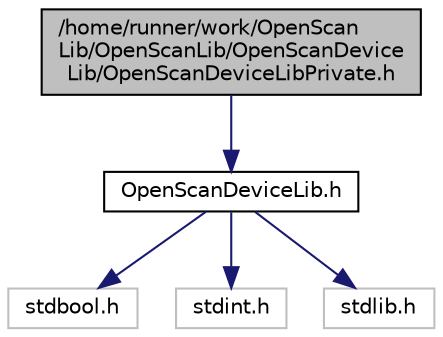
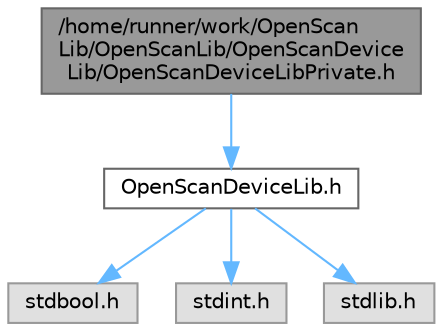
digraph "/home/runner/work/OpenScanLib/OpenScanLib/OpenScanDeviceLib/OpenScanDeviceLibPrivate.h"
{
 // LATEX_PDF_SIZE
-   edge [fontname="Helvetica",fontsize="10",labelfontname="Helvetica",labelfontsize="10"];
-   node [fontname="Helvetica",fontsize="10",shape=record];
-   Node1 [label="/home/runner/work/OpenScan\lLib/OpenScanLib/OpenScanDevice\lLib/OpenScanDeviceLibPrivate.h",height=0.2,width=0.4,color="black", fillcolor="grey75", style="filled", fontcolor="black",tooltip="Internal definitions for OpenScanDeviceLib."];
-   Node1 -> Node2 [color="midnightblue",fontsize="10",style="solid",fontname="Helvetica"];
-   Node2 [label="OpenScanDeviceLib.h",height=0.2,width=0.4,color="black", fillcolor="white", style="filled",URL="$OpenScanDeviceLib_8h.html",tooltip="Public header for OpenScanDeviceLib."];
-   Node2 -> Node3 [color="midnightblue",fontsize="10",style="solid",fontname="Helvetica"];
-   Node3 [label="stdbool.h",height=0.2,width=0.4,color="grey75", fillcolor="white", style="filled",tooltip=" "];
-   Node2 -> Node4 [color="midnightblue",fontsize="10",style="solid",fontname="Helvetica"];
-   Node4 [label="stdint.h",height=0.2,width=0.4,color="grey75", fillcolor="white", style="filled",tooltip=" "];
-   Node2 -> Node5 [color="midnightblue",fontsize="10",style="solid",fontname="Helvetica"];
-   Node5 [label="stdlib.h",height=0.2,width=0.4,color="grey75", fillcolor="white", style="filled",tooltip=" "];
+   bgcolor="transparent";
+   edge [fontname=Helvetica,fontsize=10,labelfontname=Helvetica,labelfontsize=10];
+   node [fontname=Helvetica,fontsize=10,shape=box,height=0.2,width=0.4];
+   Node1 [id="Node000001",label="/home/runner/work/OpenScan\lLib/OpenScanLib/OpenScanDevice\lLib/OpenScanDeviceLibPrivate.h",height=0.2,width=0.4,color="gray40", fillcolor="grey60", style="filled", fontcolor="black",tooltip="Internal definitions for OpenScanDeviceLib."];
+   Node1 -> Node2 [id="edge1_Node000001_Node000002",color="steelblue1",style="solid",tooltip=" "];
+   Node2 [id="Node000002",label="OpenScanDeviceLib.h",height=0.2,width=0.4,color="grey40", fillcolor="white", style="filled",URL="$OpenScanDeviceLib_8h.html",tooltip="Public header for OpenScanDeviceLib."];
+   Node2 -> Node3 [id="edge2_Node000002_Node000003",color="steelblue1",style="solid",tooltip=" "];
+   Node3 [id="Node000003",label="stdbool.h",height=0.2,width=0.4,color="grey60", fillcolor="#E0E0E0", style="filled",tooltip=" "];
+   Node2 -> Node4 [id="edge3_Node000002_Node000004",color="steelblue1",style="solid",tooltip=" "];
+   Node4 [id="Node000004",label="stdint.h",height=0.2,width=0.4,color="grey60", fillcolor="#E0E0E0", style="filled",tooltip=" "];
+   Node2 -> Node5 [id="edge4_Node000002_Node000005",color="steelblue1",style="solid",tooltip=" "];
+   Node5 [id="Node000005",label="stdlib.h",height=0.2,width=0.4,color="grey60", fillcolor="#E0E0E0", style="filled",tooltip=" "];
}
